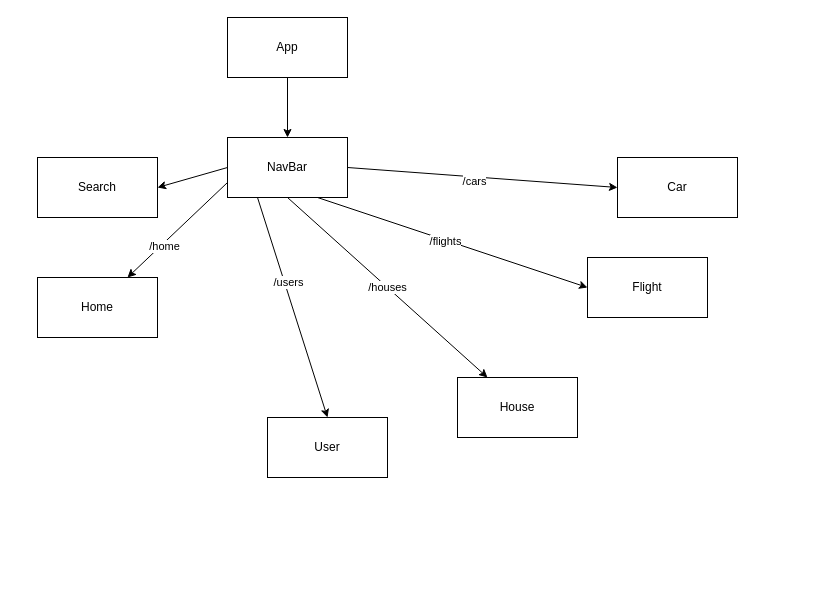
The draw.io diagram assets/reactTree_v2.drawio in oki99doki/CO2day, before the edit. Source tidied: cells renumbered, new cells numbered last; positions are measured from the earlier drawing's top-left corner, leaving out a move shared by most shapes. Both pictures are drawn from the tidied source at 100%, with x=0, y=0 at pixel (37, 17).
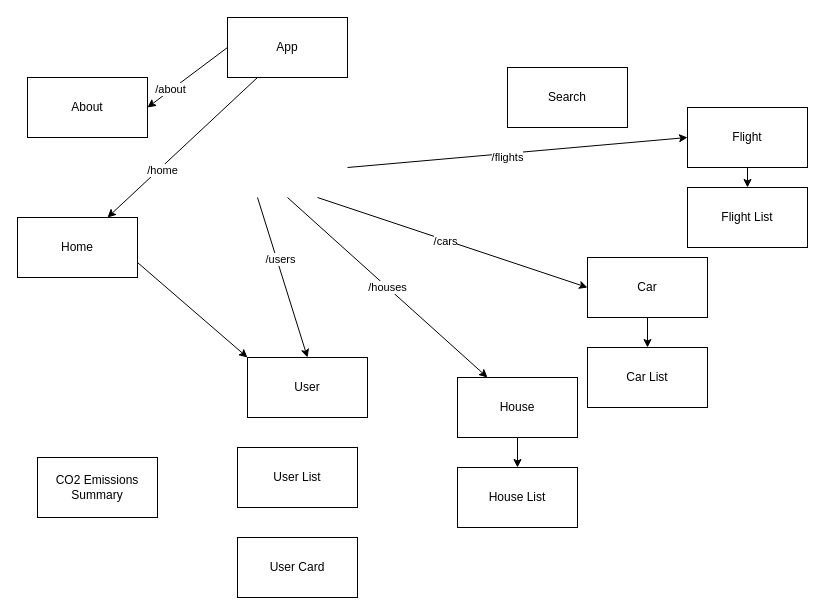
The same page after the edit.

Commit message (it also covers changes not shown here):
initial setup for Front-End

The change refers to these unchanged cells:
```xml
<mxCell id="3" value="App" style="rounded=0;whiteSpace=wrap;html=1;" parent="1" vertex="1">
  <mxGeometry x="190" width="120" height="60" as="geometry" />
</mxCell>
<mxCell id="18" value="House" style="whiteSpace=wrap;html=1;" parent="1" vertex="1">
  <mxGeometry x="420" y="360" width="120" height="60" as="geometry" />
</mxCell>
```

The edit, as a diff of the source:
```diff
@@
-    <mxCell id="2" style="edgeStyle=none;html=1;exitX=0.5;exitY=1;exitDx=0;exitDy=0;entryX=0.5;entryY=0;entryDx=0;entryDy=0;" parent="1" edge="1" source="3" target="14">
-      <mxGeometry relative="1" as="geometry" />
-    </mxCell>
+    <mxCell id="21" style="edgeStyle=none;html=1;exitX=0;exitY=0.5;exitDx=0;exitDy=0;entryX=1;entryY=0.5;entryDx=0;entryDy=0;" parent="1" edge="1" source="3" target="33">
+      <mxGeometry relative="1" as="geometry" />
+    </mxCell>
+    <mxCell id="22" value="/about" style="edgeLabel;html=1;align=center;verticalAlign=middle;" parent="21" vertex="1">
+      <mxGeometry x="0.42" y="-1" relative="1" as="geometry" />
+    </mxCell>
@@
-    <mxCell id="4" style="edgeStyle=none;html=1;exitX=0;exitY=0.5;exitDx=0;exitDy=0;entryX=1;entryY=0.5;entryDx=0;entryDy=0;" parent="1" edge="1" source="14" target="15">
-      <mxGeometry relative="1" as="geometry" />
-    </mxCell>
-    <mxCell id="5" style="edgeStyle=none;html=1;exitX=0;exitY=0.75;exitDx=0;exitDy=0;entryX=0.75;entryY=0;entryDx=0;entryDy=0;" parent="1" edge="1" source="14" target="16">
+    <mxCell id="5" style="edgeStyle=none;html=1;exitX=0.25;exitY=1;exitDx=0;exitDy=0;entryX=0.75;entryY=0;entryDx=0;entryDy=0;" parent="1" edge="1" source="3" target="16">
       <mxGeometry relative="1" as="geometry" />
     </mxCell>
@@
-    <mxCell id="7" style="edgeStyle=none;html=1;exitX=0.25;exitY=1;exitDx=0;exitDy=0;entryX=0.5;entryY=0;entryDx=0;entryDy=0;" parent="1" edge="1" source="14" target="17">
-      <mxGeometry relative="1" as="geometry" />
+    <mxCell id="7" style="edgeStyle=none;html=1;exitX=0.25;exitY=1;exitDx=0;exitDy=0;entryX=0.5;entryY=0;entryDx=0;entryDy=0;" parent="1" edge="1" target="17">
+      <mxGeometry relative="1" as="geometry">
+        <mxPoint x="220" y="180" as="sourcePoint" />
+      </mxGeometry>
     </mxCell>
@@
-    <mxCell id="9" style="edgeStyle=none;html=1;exitX=0.75;exitY=1;exitDx=0;exitDy=0;entryX=0;entryY=0.5;entryDx=0;entryDy=0;" parent="1" edge="1" source="14" target="19">
-      <mxGeometry relative="1" as="geometry" />
+    <mxCell id="9" style="edgeStyle=none;html=1;exitX=0.75;exitY=1;exitDx=0;exitDy=0;entryX=0;entryY=0.5;entryDx=0;entryDy=0;" parent="1" edge="1" target="19">
+      <mxGeometry relative="1" as="geometry">
+        <mxPoint x="280" y="180" as="sourcePoint" />
+      </mxGeometry>
     </mxCell>
-    <mxCell id="10" value="/flights" style="edgeLabel;html=1;align=center;verticalAlign=middle;" parent="9" vertex="1">
+    <mxCell id="10" value="/cars" style="edgeLabel;html=1;align=center;verticalAlign=middle;" parent="9" vertex="1">
       <mxGeometry x="-0.05" y="-1" relative="1" as="geometry" />
     </mxCell>
-    <mxCell id="11" style="edgeStyle=none;html=1;exitX=1;exitY=0.5;exitDx=0;exitDy=0;entryX=0;entryY=0.5;entryDx=0;entryDy=0;" parent="1" edge="1" source="14" target="20">
-      <mxGeometry relative="1" as="geometry" />
+    <mxCell id="11" style="edgeStyle=none;html=1;exitX=1;exitY=0.5;exitDx=0;exitDy=0;entryX=0;entryY=0.5;entryDx=0;entryDy=0;" parent="1" edge="1" target="20">
+      <mxGeometry relative="1" as="geometry">
+        <mxPoint x="310" y="150" as="sourcePoint" />
+      </mxGeometry>
     </mxCell>
-    <mxCell id="12" value="/cars" style="edgeLabel;html=1;align=center;verticalAlign=middle;" parent="11" vertex="1">
+    <mxCell id="12" value="/flights" style="edgeLabel;html=1;align=center;verticalAlign=middle;" parent="11" vertex="1">
       <mxGeometry x="-0.06" y="-4" relative="1" as="geometry" />
     </mxCell>
-    <mxCell id="13" value="/houses" style="edgeStyle=none;html=1;exitX=0.5;exitY=1;exitDx=0;exitDy=0;entryX=0.25;entryY=0;entryDx=0;entryDy=0;" parent="1" edge="1" source="14" target="18">
-      <mxGeometry relative="1" as="geometry" />
+    <mxCell id="13" value="/houses" style="edgeStyle=none;html=1;exitX=0.5;exitY=1;exitDx=0;exitDy=0;entryX=0.25;entryY=0;entryDx=0;entryDy=0;" parent="1" edge="1" target="18">
+      <mxGeometry relative="1" as="geometry">
+        <mxPoint x="250" y="180" as="sourcePoint" />
+      </mxGeometry>
     </mxCell>
-    <mxCell id="14" value="NavBar" style="whiteSpace=wrap;html=1;" parent="1" vertex="1">
-      <mxGeometry x="190" y="120" width="120" height="60" as="geometry" />
-    </mxCell>
     <mxCell id="15" value="Search" style="whiteSpace=wrap;html=1;" parent="1" vertex="1">
-      <mxGeometry y="140" width="120" height="60" as="geometry" />
+      <mxGeometry x="470" y="50" width="120" height="60" as="geometry" />
     </mxCell>
+    <mxCell id="23" style="edgeStyle=none;html=1;exitX=1;exitY=0.75;exitDx=0;exitDy=0;entryX=0;entryY=0;entryDx=0;entryDy=0;" parent="1" edge="1" source="16" target="17">
+      <mxGeometry relative="1" as="geometry" />
+    </mxCell>
     <mxCell id="16" value="Home" style="whiteSpace=wrap;html=1;" parent="1" vertex="1">
-      <mxGeometry y="260" width="120" height="60" as="geometry" />
+      <mxGeometry x="-20" y="200" width="120" height="60" as="geometry" />
     </mxCell>
     <mxCell id="17" value="User" style="whiteSpace=wrap;html=1;" parent="1" vertex="1">
-      <mxGeometry x="230" y="400" width="120" height="60" as="geometry" />
+      <mxGeometry x="210" y="340" width="120" height="60" as="geometry" />
     </mxCell>
+    <mxCell id="24" style="edgeStyle=none;html=1;" parent="1" edge="1" source="18" target="30">
+      <mxGeometry relative="1" as="geometry" />
+    </mxCell>
@@
+    <mxCell id="25" style="edgeStyle=none;html=1;" parent="1" edge="1" source="19" target="31">
+      <mxGeometry relative="1" as="geometry" />
+    </mxCell>
-    <mxCell id="19" value="Flight" style="whiteSpace=wrap;html=1;" parent="1" vertex="1">
+    <mxCell id="19" value="Car" style="whiteSpace=wrap;html=1;" parent="1" vertex="1">
       <mxGeometry x="550" y="240" width="120" height="60" as="geometry" />
     </mxCell>
+    <mxCell id="26" style="edgeStyle=none;html=1;" parent="1" edge="1" source="20" target="32">
+      <mxGeometry relative="1" as="geometry" />
+    </mxCell>
-    <mxCell id="20" value="Car" style="whiteSpace=wrap;html=1;" parent="1" vertex="1">
-      <mxGeometry x="580" y="140" width="120" height="60" as="geometry" />
+    <mxCell id="20" value="Flight" style="whiteSpace=wrap;html=1;" parent="1" vertex="1">
+      <mxGeometry x="650" y="90" width="120" height="60" as="geometry" />
     </mxCell>
+    <mxCell id="27" value="User List" style="whiteSpace=wrap;html=1;" parent="1" vertex="1">
+      <mxGeometry x="200" y="430" width="120" height="60" as="geometry" />
+    </mxCell>
+    <mxCell id="28" value="User Card" style="whiteSpace=wrap;html=1;" parent="1" vertex="1">
+      <mxGeometry x="200" y="520" width="120" height="60" as="geometry" />
+    </mxCell>
+    <mxCell id="29" value="CO2 Emissions Summary" style="whiteSpace=wrap;html=1;" parent="1" vertex="1">
+      <mxGeometry y="440" width="120" height="60" as="geometry" />
+    </mxCell>
+    <mxCell id="30" value="House List" style="whiteSpace=wrap;html=1;" parent="1" vertex="1">
+      <mxGeometry x="420" y="450" width="120" height="60" as="geometry" />
+    </mxCell>
+    <mxCell id="31" value="Car List" style="whiteSpace=wrap;html=1;" parent="1" vertex="1">
+      <mxGeometry x="550" y="330" width="120" height="60" as="geometry" />
+    </mxCell>
+    <mxCell id="32" value="Flight List" style="whiteSpace=wrap;html=1;" parent="1" vertex="1">
+      <mxGeometry x="650" y="170" width="120" height="60" as="geometry" />
+    </mxCell>
+    <mxCell id="33" value="About" style="whiteSpace=wrap;html=1;" parent="1" vertex="1">
+      <mxGeometry x="-10" y="60" width="120" height="60" as="geometry" />
+    </mxCell>
```
